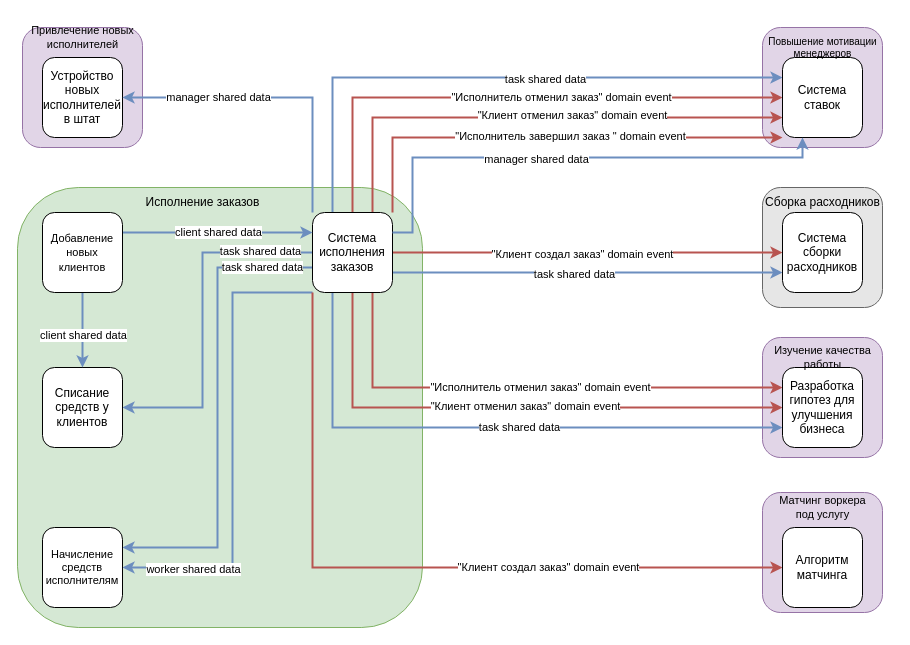
Before: hw2/data-model/dm.drawio in mikhaildruzhinin/tough-dev-school-system-analysis, a draw.io diagram. Source tidied: cells renumbered, new cells numbered last; positions are measured from the earlier drawing's top-left corner, leaving out a move shared by most shapes. Both pictures are drawn from the tidied source at 100%, with x=0, y=0 at pixel (17, 17).
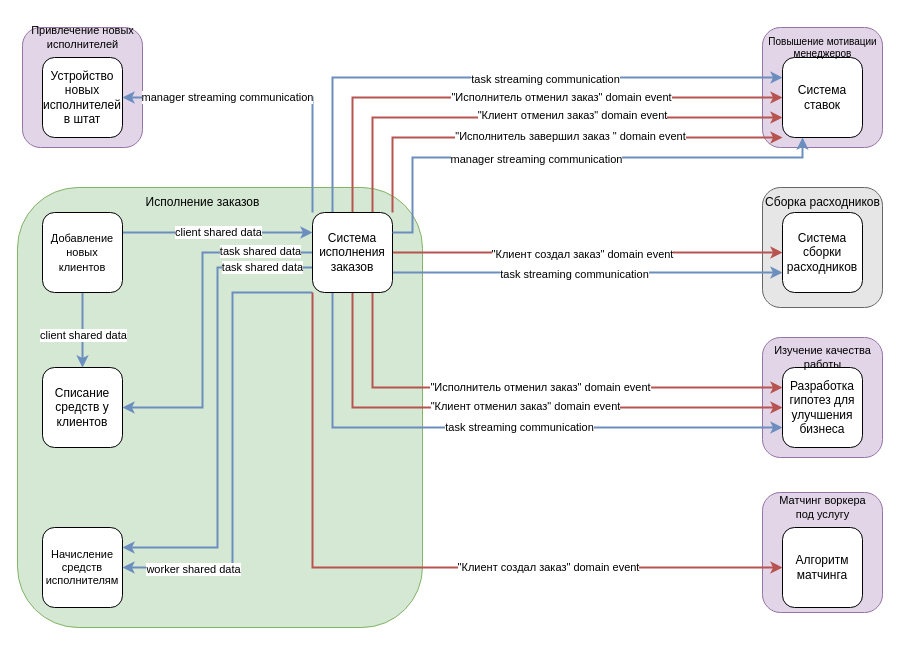
The same page after the edit.

Commit message (it also covers changes not shown here):
update data model

Unchanged cells that the change refers to:
```xml
<mxCell id="10" style="edgeStyle=orthogonalEdgeStyle;rounded=0;jettySize=auto;html=1;entryX=0;entryY=0.75;entryDx=0;entryDy=0;fillColor=#dae8fc;strokeColor=#6c8ebf;strokeWidth=2;exitX=1;exitY=0.75;exitDx=0;exitDy=0;" parent="1" edge="1" source="38" target="39">
  <mxGeometry relative="1" as="geometry" />
</mxCell>
<mxCell id="12" style="edgeStyle=orthogonalEdgeStyle;rounded=0;jettySize=auto;html=1;entryX=0;entryY=0.75;entryDx=0;entryDy=0;strokeColor=#6c8ebf;strokeWidth=2;align=center;verticalAlign=middle;fontFamily=Helvetica;fontSize=11;fontColor=default;labelBackgroundColor=default;endArrow=classic;fillColor=#dae8fc;exitX=0.25;exitY=1;exitDx=0;exitDy=0;" parent="1" edge="1" source="38" target="41">
  <mxGeometry relative="1" as="geometry">
    <Array as="points">
      <mxPoint x="315" y="410" />
    </Array>
  </mxGeometry>
</mxCell>
<mxCell id="14" style="edgeStyle=orthogonalEdgeStyle;rounded=0;jettySize=auto;html=1;entryX=0;entryY=0.25;entryDx=0;entryDy=0;strokeColor=#6c8ebf;strokeWidth=2;align=center;verticalAlign=middle;fontFamily=Helvetica;fontSize=11;fontColor=default;labelBackgroundColor=default;endArrow=classic;fillColor=#dae8fc;exitX=0.25;exitY=0;exitDx=0;exitDy=0;" parent="1" edge="1" source="38" target="42">
  <mxGeometry relative="1" as="geometry" />
</mxCell>
<mxCell id="28" style="edgeStyle=orthogonalEdgeStyle;rounded=0;jettySize=auto;html=1;entryX=1;entryY=0.5;entryDx=0;entryDy=0;exitX=0;exitY=0;exitDx=0;exitDy=0;strokeColor=#6c8ebf;strokeWidth=2;align=center;verticalAlign=middle;fontFamily=Helvetica;fontSize=11;fontColor=default;labelBackgroundColor=default;endArrow=classic;fillColor=#dae8fc;" parent="1" edge="1" source="38" target="9">
  <mxGeometry relative="1" as="geometry" />
</mxCell>
<mxCell id="48" style="edgeStyle=orthogonalEdgeStyle;rounded=0;jettySize=auto;html=1;entryX=0.25;entryY=1;entryDx=0;entryDy=0;exitX=1;exitY=0.25;exitDx=0;exitDy=0;strokeColor=#6c8ebf;strokeWidth=2;align=center;verticalAlign=middle;fontFamily=Helvetica;fontSize=11;fontColor=default;labelBackgroundColor=default;endArrow=classic;fillColor=#dae8fc;" parent="1" edge="1" source="38" target="42">
  <mxGeometry relative="1" as="geometry">
    <Array as="points">
      <mxPoint x="395" y="215" />
      <mxPoint x="395" y="140" />
      <mxPoint x="785" y="140" />
    </Array>
  </mxGeometry>
</mxCell>
```

Change to the diagram source:
```diff
@@
-    <mxCell id="11" value="task shared data" style="edgeLabel;html=1;align=center;verticalAlign=middle;" parent="10" vertex="1">
+    <mxCell id="11" value="task streaming communication" style="edgeLabel;html=1;align=center;verticalAlign=middle;" parent="10" vertex="1">
       <mxGeometry x="-0.07" y="-1" relative="1" as="geometry" />
     </mxCell>
@@
-    <mxCell id="13" value="task shared data" style="edgeLabel;html=1;align=center;verticalAlign=middle;rounded=0;strokeColor=#6c8ebf;strokeWidth=2;fontFamily=Helvetica;fontSize=11;fontColor=default;labelBackgroundColor=default;fillColor=#dae8fc;" parent="12" vertex="1">
+    <mxCell id="13" value="task streaming communication" style="edgeLabel;html=1;align=center;verticalAlign=middle;rounded=0;strokeColor=#6c8ebf;strokeWidth=2;fontFamily=Helvetica;fontSize=11;fontColor=default;labelBackgroundColor=default;fillColor=#dae8fc;" parent="12" vertex="1">
       <mxGeometry x="0.37" y="1" relative="1" as="geometry">
         <mxPoint x="-80" as="offset" />
       </mxGeometry>
     </mxCell>
@@
-    <mxCell id="15" value="task shared data" style="edgeLabel;html=1;align=center;verticalAlign=middle;rounded=0;strokeColor=#6c8ebf;strokeWidth=2;fontFamily=Helvetica;fontSize=11;fontColor=default;labelBackgroundColor=default;fillColor=#dae8fc;" parent="14" vertex="1">
+    <mxCell id="15" value="task streaming communication" style="edgeLabel;html=1;align=center;verticalAlign=middle;rounded=0;strokeColor=#6c8ebf;strokeWidth=2;fontFamily=Helvetica;fontSize=11;fontColor=default;labelBackgroundColor=default;fillColor=#dae8fc;" parent="14" vertex="1">
       <mxGeometry x="-0.02" y="-1" relative="1" as="geometry">
         <mxPoint x="60" as="offset" />
       </mxGeometry>
     </mxCell>
@@
-    <mxCell id="29" value="manager shared data" style="edgeLabel;html=1;align=center;verticalAlign=middle;rounded=0;strokeColor=#6c8ebf;strokeWidth=2;fontFamily=Helvetica;fontSize=11;fontColor=default;labelBackgroundColor=default;fillColor=#dae8fc;" parent="28" vertex="1">
+    <mxCell id="29" value="manager streaming communication" style="edgeLabel;html=1;align=center;verticalAlign=middle;rounded=0;strokeColor=#6c8ebf;strokeWidth=2;fontFamily=Helvetica;fontSize=11;fontColor=default;labelBackgroundColor=default;fillColor=#dae8fc;" parent="28" vertex="1">
       <mxGeometry x="0.38" y="2" relative="1" as="geometry">
-        <mxPoint y="-3" as="offset" />
+        <mxPoint x="9" y="-3" as="offset" />
       </mxGeometry>
     </mxCell>
@@
-    <mxCell id="49" value="manager shared data" style="edgeLabel;html=1;align=center;verticalAlign=middle;" parent="48" vertex="1">
+    <mxCell id="49" value="manager streaming communication" style="edgeLabel;html=1;align=center;verticalAlign=middle;" parent="48" vertex="1">
       <mxGeometry x="0.14" y="-1" relative="1" as="geometry">
         <mxPoint x="-70" as="offset" />
       </mxGeometry>
     </mxCell>
```
